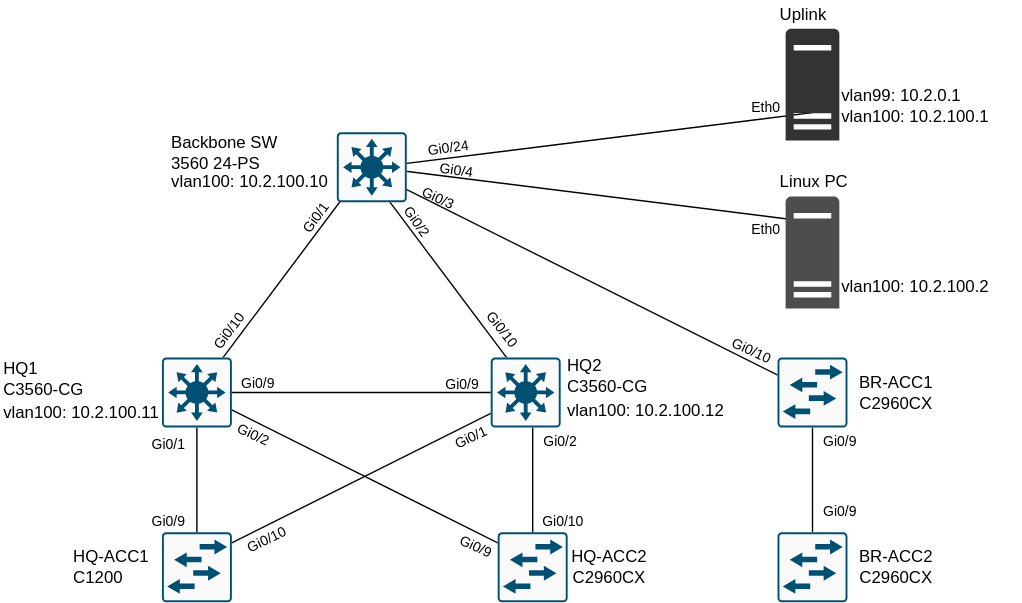
The-Cave-Tech/Network-PnP keeps this draw.io diagram as PhysicalTopography.drawio.svg. Above is the earlier version. Source tidied: cells renumbered, new cells last; positions are measured from the earlier drawing's top-left corner, leaving out a move shared by most shapes.
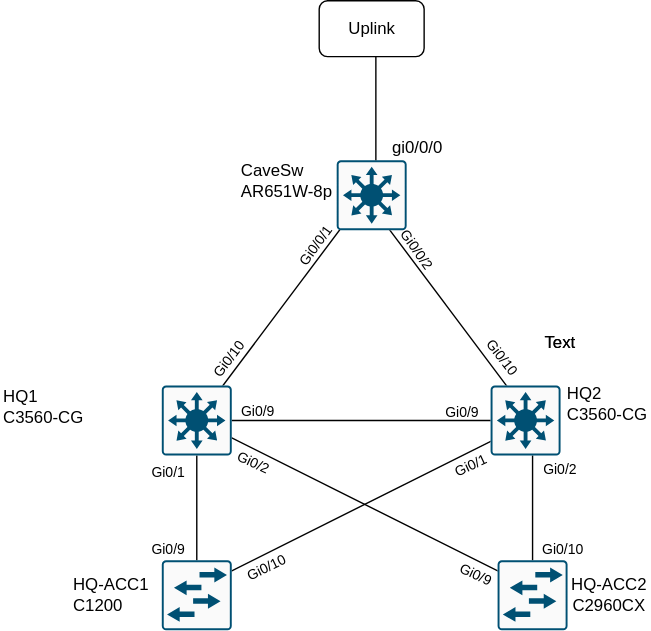
The same diagram one commit later.

Change to the diagram source:
```diff
@@ -45,31 +45,7 @@
         <mxPoint x="140" y="280" as="targetPoint" />
       </mxGeometry>
     </mxCell>
-    <mxCell id="10" style="endArrow=none;html=1;rounded=0;" parent="2" edge="1">
-      <mxGeometry relative="1" as="geometry">
-        <mxPoint x="580" y="280" as="sourcePoint" />
-        <mxPoint x="260" y="120" as="targetPoint" />
-      </mxGeometry>
-    </mxCell>
-    <mxCell id="11" style="endArrow=none;html=1;rounded=0;" parent="2" edge="1">
-      <mxGeometry relative="1" as="geometry">
-        <mxPoint x="580" y="380" as="sourcePoint" />
-        <mxPoint x="580" y="280" as="targetPoint" />
-      </mxGeometry>
-    </mxCell>
-    <mxCell id="12" value="&lt;font style=&quot;font-size: 10px;&quot;&gt;Eth0&lt;/font&gt;" style="text;html=1;align=center;verticalAlign=middle;whiteSpace=wrap;rounded=0;" parent="2" vertex="1">
-      <mxGeometry x="517" y="148" width="60" height="30" as="geometry" />
-    </mxCell>
-    <mxCell id="13" value="&lt;font style=&quot;font-size: 10px;&quot;&gt;Eth0&lt;/font&gt;" style="text;html=1;align=center;verticalAlign=middle;whiteSpace=wrap;rounded=0;" parent="2" vertex="1">
-      <mxGeometry x="517" y="61" width="60" height="30" as="geometry" />
-    </mxCell>
-    <mxCell id="14" value="&lt;font style=&quot;font-size: 10px;&quot;&gt;Gi0/24&lt;/font&gt;" style="text;html=1;align=center;verticalAlign=middle;whiteSpace=wrap;rounded=0;rotation=-8;" parent="2" vertex="1">
-      <mxGeometry x="290" y="90" width="60" height="30" as="geometry" />
-    </mxCell>
-    <mxCell id="15" value="&lt;font style=&quot;font-size: 10px;&quot;&gt;Gi0/4&lt;/font&gt;" style="text;html=1;align=center;verticalAlign=middle;whiteSpace=wrap;rounded=0;rotation=8;" parent="2" vertex="1">
-      <mxGeometry x="296" y="106" width="60" height="30" as="geometry" />
-    </mxCell>
-    <mxCell id="16" value="&lt;font style=&quot;font-size: 10px;&quot;&gt;Gi0/1&lt;/font&gt;" style="text;html=1;align=center;verticalAlign=middle;whiteSpace=wrap;rounded=0;rotation=-54.1;" parent="2" vertex="1">
+    <mxCell id="16" value="&lt;font style=&quot;font-size: 10px;&quot;&gt;Gi0/0/1&lt;/font&gt;" style="text;html=1;align=center;verticalAlign=middle;whiteSpace=wrap;rounded=0;rotation=-54.1;" parent="2" vertex="1">
       <mxGeometry x="195" y="140" width="60" height="30" as="geometry" />
     </mxCell>
     <mxCell id="17" value="&lt;font style=&quot;font-size: 10px;&quot;&gt;Gi0/10&lt;/font&gt;" style="text;html=1;align=center;verticalAlign=middle;whiteSpace=wrap;rounded=0;rotation=-52.9;" parent="2" vertex="1">
@@ -78,9 +54,6 @@
     <mxCell id="18" value="&lt;font style=&quot;font-size: 10px;&quot;&gt;Gi0/10&lt;/font&gt;" style="text;html=1;align=center;verticalAlign=middle;whiteSpace=wrap;rounded=0;rotation=52.3;" parent="2" vertex="1">
       <mxGeometry x="329" y="220" width="60" height="30" as="geometry" />
     </mxCell>
-    <mxCell id="19" value="&lt;font style=&quot;font-size: 10px;&quot;&gt;Gi0/3&lt;/font&gt;" style="text;html=1;align=center;verticalAlign=middle;whiteSpace=wrap;rounded=0;rotation=25;" parent="2" vertex="1">
-      <mxGeometry x="283" y="126" width="60" height="30" as="geometry" />
-    </mxCell>
     <mxCell id="20" value="&lt;font style=&quot;font-size: 10px;&quot;&gt;Gi0/1&lt;/font&gt;" style="text;html=1;align=center;verticalAlign=middle;whiteSpace=wrap;rounded=0;" parent="2" vertex="1">
       <mxGeometry x="90" y="302" width="60" height="30" as="geometry" />
     </mxCell>
@@ -111,32 +84,11 @@
     <mxCell id="29" value="&lt;font style=&quot;font-size: 10px;&quot;&gt;Gi0/1&lt;/font&gt;" style="text;html=1;align=center;verticalAlign=middle;whiteSpace=wrap;rounded=0;rotation=-25;" parent="2" vertex="1">
       <mxGeometry x="306" y="297" width="60" height="30" as="geometry" />
     </mxCell>
-    <mxCell id="30" value="&lt;font style=&quot;font-size: 10px;&quot;&gt;Gi0/2&lt;/font&gt;" style="text;html=1;align=center;verticalAlign=middle;whiteSpace=wrap;rounded=0;rotation=55;" parent="2" vertex="1">
+    <mxCell id="30" value="&lt;font style=&quot;font-size: 10px;&quot;&gt;Gi0/0/2&lt;/font&gt;" style="text;html=1;align=center;verticalAlign=middle;whiteSpace=wrap;rounded=0;rotation=55;" parent="2" vertex="1">
       <mxGeometry x="268" y="143" width="60" height="30" as="geometry" />
     </mxCell>
-    <mxCell id="31" style="endArrow=none;html=1;rounded=0;" parent="2" edge="1">
-      <mxGeometry relative="1" as="geometry">
-        <mxPoint x="562" y="156" as="sourcePoint" />
-        <mxPoint x="242" y="116" as="targetPoint" />
-      </mxGeometry>
-    </mxCell>
-    <mxCell id="32" style="endArrow=none;html=1;rounded=0;" parent="2" edge="1">
-      <mxGeometry relative="1" as="geometry">
-        <mxPoint x="580" y="80" as="sourcePoint" />
-        <mxPoint x="260" y="120" as="targetPoint" />
-      </mxGeometry>
-    </mxCell>
-    <mxCell id="33" value="&lt;font style=&quot;font-size: 10px;&quot;&gt;Gi0/9&lt;/font&gt;" style="text;html=1;align=center;verticalAlign=middle;whiteSpace=wrap;rounded=0;" parent="2" vertex="1">
-      <mxGeometry x="570" y="300" width="60" height="30" as="geometry" />
-    </mxCell>
-    <mxCell id="34" value="&lt;font style=&quot;font-size: 10px;&quot;&gt;Gi0/9&lt;/font&gt;" style="text;html=1;align=center;verticalAlign=middle;whiteSpace=wrap;rounded=0;" parent="2" vertex="1">
-      <mxGeometry x="570" y="350" width="60" height="30" as="geometry" />
-    </mxCell>
-    <mxCell id="35" value="&lt;font style=&quot;font-size: 10px;&quot;&gt;Gi0/10&lt;/font&gt;" style="text;html=1;align=center;verticalAlign=middle;whiteSpace=wrap;rounded=0;rotation=25;" parent="2" vertex="1">
-      <mxGeometry x="507" y="235" width="60" height="30" as="geometry" />
-    </mxCell>
-    <mxCell id="36" value="Backbone SW&lt;div&gt;3560 24-PS&lt;/div&gt;" style="text;html=1;align=left;verticalAlign=middle;whiteSpace=wrap;rounded=0;" parent="2" vertex="1">
-      <mxGeometry x="120" y="94" width="110" height="30" as="geometry" />
+    <mxCell id="36" value="CaveSw&lt;div&gt;AR651W-8p&lt;/div&gt;" style="text;html=1;align=left;verticalAlign=middle;whiteSpace=wrap;rounded=0;" parent="2" vertex="1">
+      <mxGeometry x="170" y="94" width="110" height="30" as="geometry" />
     </mxCell>
     <mxCell id="37" value="HQ1&lt;div&gt;C3560-CG&lt;/div&gt;" style="text;html=1;align=left;verticalAlign=middle;whiteSpace=wrap;rounded=0;" parent="2" vertex="1">
       <mxGeometry y="255" width="60" height="30" as="geometry" />
@@ -150,33 +102,6 @@
     <mxCell id="40" value="HQ-ACC2&lt;div&gt;C2960CX&lt;/div&gt;" style="text;html=1;align=center;verticalAlign=middle;whiteSpace=wrap;rounded=0;" parent="2" vertex="1">
       <mxGeometry x="405" y="390" width="60" height="30" as="geometry" />
     </mxCell>
-    <mxCell id="41" value="BR-ACC1&lt;div&gt;C2960CX&lt;br&gt;&lt;/div&gt;" style="text;html=1;align=center;verticalAlign=middle;whiteSpace=wrap;rounded=0;" parent="2" vertex="1">
-      <mxGeometry x="610" y="265" width="60" height="30" as="geometry" />
-    </mxCell>
-    <mxCell id="42" value="BR-ACC2&lt;div&gt;C2960CX&lt;br&gt;&lt;/div&gt;" style="text;html=1;align=center;verticalAlign=middle;whiteSpace=wrap;rounded=0;" parent="2" vertex="1">
-      <mxGeometry x="610" y="390" width="60" height="30" as="geometry" />
-    </mxCell>
-    <mxCell id="43" value="vlan100: 10.2.100.10" style="text;html=1;align=left;verticalAlign=middle;whiteSpace=wrap;rounded=0;" parent="2" vertex="1">
-      <mxGeometry x="120" y="115" width="130" height="30" as="geometry" />
-    </mxCell>
-    <mxCell id="44" value="vlan100:&amp;nbsp;&lt;span style=&quot;background-color: initial;&quot;&gt;10.2.100.11&lt;/span&gt;" style="text;html=1;align=left;verticalAlign=middle;whiteSpace=wrap;rounded=0;" parent="2" vertex="1">
-      <mxGeometry y="280" width="120" height="30" as="geometry" />
-    </mxCell>
-    <mxCell id="45" value="vlan100:&amp;nbsp;&lt;span style=&quot;background-color: initial;&quot;&gt;10.2.100.12&lt;/span&gt;" style="text;html=1;align=left;verticalAlign=middle;whiteSpace=wrap;rounded=0;" parent="2" vertex="1">
-      <mxGeometry x="403" y="278" width="120" height="30" as="geometry" />
-    </mxCell>
-    <mxCell id="46" value="Linux PC" style="text;html=1;align=left;verticalAlign=middle;whiteSpace=wrap;rounded=0;" parent="2" vertex="1">
-      <mxGeometry x="555" y="115" width="60" height="30" as="geometry" />
-    </mxCell>
-    <mxCell id="47" value="Uplink" style="text;html=1;align=left;verticalAlign=middle;whiteSpace=wrap;rounded=0;" parent="2" vertex="1">
-      <mxGeometry x="555" width="60" height="20" as="geometry" />
-    </mxCell>
-    <mxCell id="48" value="vlan100:&amp;nbsp;&lt;span style=&quot;background-color: initial;&quot;&gt;10.2.100.2&lt;/span&gt;" style="text;html=1;align=left;verticalAlign=middle;whiteSpace=wrap;rounded=0;" parent="2" vertex="1">
-      <mxGeometry x="599.2" y="190" width="130" height="30" as="geometry" />
-    </mxCell>
-    <mxCell id="49" value="vlan99:&amp;nbsp;&lt;span style=&quot;background-color: initial;&quot;&gt;10.2.0.1&lt;/span&gt;&lt;div&gt;vlan100:&amp;nbsp;&lt;span style=&quot;background-color: initial;&quot;&gt;10.2.100.1&lt;/span&gt;&lt;/div&gt;" style="text;html=1;align=left;verticalAlign=middle;whiteSpace=wrap;rounded=0;" parent="2" vertex="1">
-      <mxGeometry x="599.2" y="60" width="120" height="30" as="geometry" />
-    </mxCell>
     <mxCell id="50" style="sketch=0;verticalLabelPosition=bottom;html=1;verticalAlign=top;align=center;shape=mxgraph.cisco19.rect;prIcon=l3_switch;fillColor=#FAFAFA;strokeColor=#005073;" parent="2" vertex="1">
       <mxGeometry x="240" y="94" width="50" height="50" as="geometry" />
     </mxCell>
@@ -192,18 +117,24 @@
     <mxCell id="54" style="sketch=0;verticalLabelPosition=bottom;html=1;verticalAlign=top;align=center;shape=mxgraph.cisco19.rect;prIcon=l2_switch;fillColor=#FAFAFA;strokeColor=#005073;" parent="2" vertex="1">
       <mxGeometry x="355" y="380" width="50" height="50" as="geometry" />
     </mxCell>
-    <mxCell id="55" style="sketch=0;verticalLabelPosition=bottom;html=1;verticalAlign=top;align=center;shape=mxgraph.cisco19.rect;prIcon=l2_switch;fillColor=#FAFAFA;strokeColor=#005073;" parent="2" vertex="1">
-      <mxGeometry x="555" y="255" width="50" height="50" as="geometry" />
-    </mxCell>
-    <mxCell id="56" style="sketch=0;verticalLabelPosition=bottom;html=1;verticalAlign=top;align=center;shape=mxgraph.cisco19.rect;prIcon=l2_switch;fillColor=#FAFAFA;strokeColor=#005073;" parent="2" vertex="1">
-      <mxGeometry x="555" y="380" width="50" height="50" as="geometry" />
-    </mxCell>
-    <mxCell id="57" style="sketch=0;shadow=0;dashed=0;html=1;strokeColor=none;labelPosition=center;verticalLabelPosition=bottom;verticalAlign=top;align=center;fillColor=#333333;shape=mxgraph.mscae.enterprise.server_generic;" parent="2" vertex="1">
-      <mxGeometry x="560.8" y="20" width="38.4" height="80" as="geometry" />
-    </mxCell>
-    <mxCell id="58" style="sketch=0;shadow=0;dashed=0;html=1;strokeColor=none;labelPosition=center;verticalLabelPosition=bottom;verticalAlign=top;align=center;fillColor=#4D4D4D;shape=mxgraph.mscae.enterprise.server_generic;" parent="2" vertex="1">
-      <mxGeometry x="560.8" y="140" width="38.4" height="80" as="geometry" />
-    </mxCell>
+    <mxCell id="60" style="endArrow=none;html=1;rounded=0;" parent="2" edge="1">
+      <mxGeometry relative="1" as="geometry">
+        <mxPoint x="268" y="94" as="sourcePoint" />
+        <mxPoint x="268" y="10" as="targetPoint" />
+      </mxGeometry>
+    </mxCell>
+    <mxCell id="47" value="Uplink" style="rounded=1;whiteSpace=wrap;html=1;" parent="2" vertex="1">
+      <mxGeometry x="227.5" y="-20" width="75" height="40" as="geometry" />
+    </mxCell>
+    <mxCell id="61" value="Text" style="text;html=1;align=center;verticalAlign=middle;whiteSpace=wrap;rounded=0;" parent="2" vertex="1">
+      <mxGeometry x="370" y="210" width="60" height="30" as="geometry" />
+    </mxCell>
+    <mxCell id="62" value="Text" style="text;html=1;align=center;verticalAlign=middle;whiteSpace=wrap;rounded=0;" parent="2" vertex="1">
+      <mxGeometry x="370" y="210" width="60" height="30" as="geometry" />
+    </mxCell>
+    <mxCell id="63" value="gi0/0/0" style="text;html=1;align=center;verticalAlign=middle;whiteSpace=wrap;rounded=0;" parent="2" vertex="1">
+      <mxGeometry x="268" y="70" width="60" height="30" as="geometry" />
+    </mxCell>
     <mxCell id="59" value="Untitled Layer" parent="0" />
   </root>
 </mxGraphModel>
```
